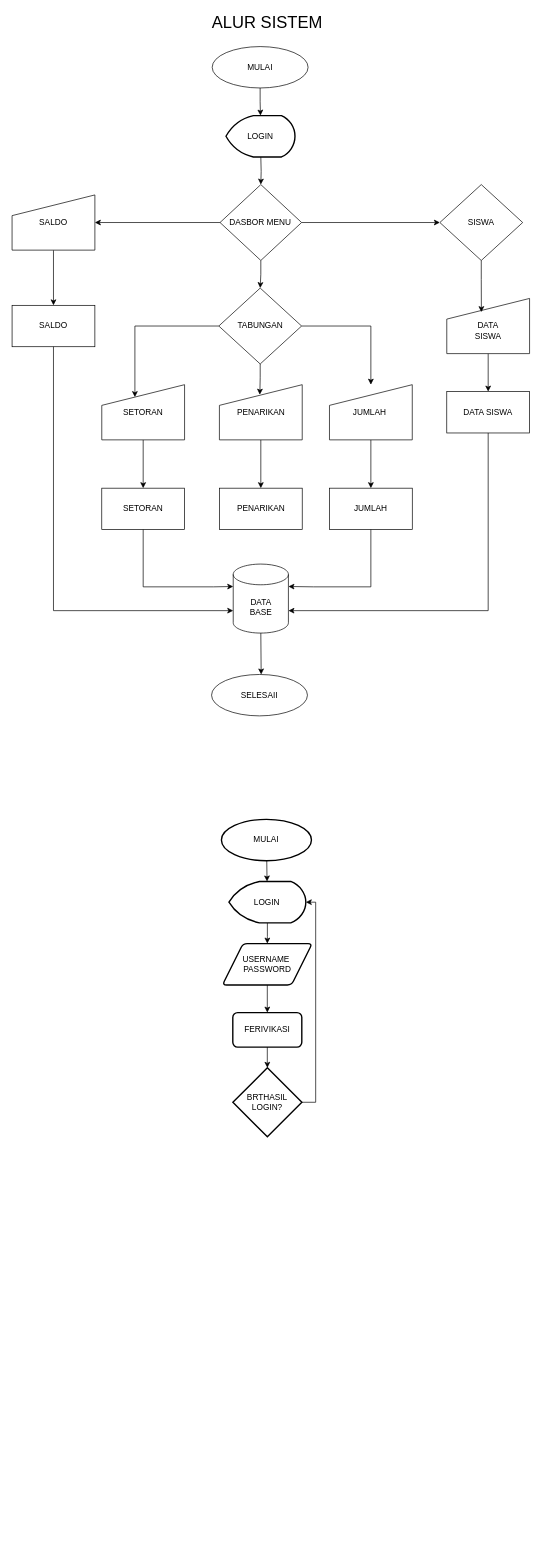
titapuspitas/Tefa-Tabungan keeps this draw.io diagram as flowchartAlurSistem.drawio. Above is the earlier version. Source tidied: cells renumbered, new cells numbered last; positions are measured from the earlier drawing's top-left corner, leaving out a move shared by most shapes. Both pictures are drawn from the tidied source at 69%, with x=0, y=0 at pixel (12, 12).
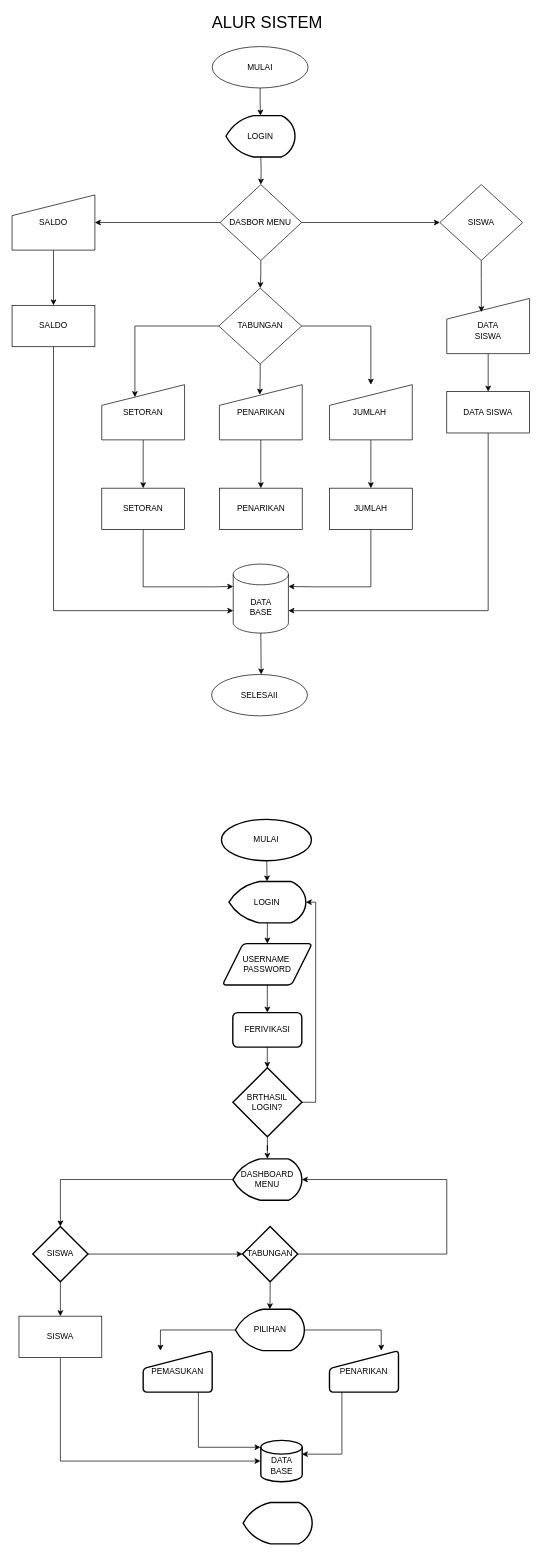
The same page after the edit.

The change refers to these unchanged cells:
```xml
<mxCell id="45" value="BRTHASIL&lt;div&gt;LOGIN?&lt;/div&gt;" style="strokeWidth=2;html=1;shape=mxgraph.flowchart.decision;whiteSpace=wrap;" parent="1" vertex="1">
  <mxGeometry x="320" y="1530" width="100" height="100" as="geometry" />
</mxCell>
```

Diff of the diagram source:
```diff
@@
+    <mxCell id="50" style="edgeStyle=orthogonalEdgeStyle;rounded=0;jettySize=auto;html=1;" parent="1" edge="1" source="51" target="55">
+      <mxGeometry relative="1" as="geometry" />
+    </mxCell>
+    <mxCell id="51" value="DASHBOARD&lt;div&gt;MENU&lt;/div&gt;" style="strokeWidth=2;html=1;shape=mxgraph.flowchart.display;whiteSpace=wrap;" parent="1" vertex="1">
+      <mxGeometry x="320" y="1662" width="100" height="60" as="geometry" />
+    </mxCell>
+    <mxCell id="52" style="edgeStyle=orthogonalEdgeStyle;rounded=0;jettySize=auto;html=1;entryX=0.5;entryY=0;entryDx=0;entryDy=0;entryPerimeter=0;" parent="1" edge="1" source="45" target="51">
+      <mxGeometry relative="1" as="geometry" />
+    </mxCell>
+    <mxCell id="53" style="edgeStyle=orthogonalEdgeStyle;rounded=0;jettySize=auto;html=1;" parent="1" edge="1" source="55" target="58">
+      <mxGeometry relative="1" as="geometry" />
+    </mxCell>
+    <mxCell id="54" style="edgeStyle=orthogonalEdgeStyle;rounded=0;jettySize=auto;html=1;entryX=0.5;entryY=0;entryDx=0;entryDy=0;" parent="1" edge="1" source="55" target="60">
+      <mxGeometry relative="1" as="geometry" />
+    </mxCell>
+    <mxCell id="55" value="SISWA" style="rhombus;whiteSpace=wrap;html=1;strokeWidth=2;" parent="1" vertex="1">
+      <mxGeometry x="30" y="1760" width="80" height="80" as="geometry" />
+    </mxCell>
+    <mxCell id="56" style="edgeStyle=orthogonalEdgeStyle;rounded=0;jettySize=auto;html=1;entryX=1;entryY=0.5;entryDx=0;entryDy=0;entryPerimeter=0;exitX=1;exitY=0.5;exitDx=0;exitDy=0;" parent="1" edge="1" source="58" target="51">
+      <mxGeometry relative="1" as="geometry">
+        <Array as="points">
+          <mxPoint x="630" y="1800" />
+          <mxPoint x="630" y="1692" />
+        </Array>
+      </mxGeometry>
+    </mxCell>
+    <mxCell id="57" style="edgeStyle=orthogonalEdgeStyle;rounded=0;jettySize=auto;html=1;" parent="1" edge="1" source="58" target="68">
+      <mxGeometry relative="1" as="geometry" />
+    </mxCell>
+    <mxCell id="58" value="TABUNGAN" style="rhombus;whiteSpace=wrap;html=1;strokeWidth=2;" parent="1" vertex="1">
+      <mxGeometry x="334" y="1760" width="80" height="80" as="geometry" />
+    </mxCell>
+    <mxCell id="59" style="edgeStyle=orthogonalEdgeStyle;rounded=0;jettySize=auto;html=1;" parent="1" edge="1" source="60">
+      <mxGeometry relative="1" as="geometry">
+        <mxPoint x="360" y="2100" as="targetPoint" />
+        <Array as="points">
+          <mxPoint x="70" y="2100" />
+        </Array>
+      </mxGeometry>
+    </mxCell>
+    <mxCell id="60" value="SISWA" style="rounded=0;whiteSpace=wrap;html=1;" parent="1" vertex="1">
+      <mxGeometry x="10" y="1890" width="120" height="60" as="geometry" />
+    </mxCell>
+    <mxCell id="61" style="edgeStyle=orthogonalEdgeStyle;rounded=0;jettySize=auto;html=1;" parent="1" edge="1" source="62">
+      <mxGeometry relative="1" as="geometry">
+        <mxPoint x="360" y="2080" as="targetPoint" />
+        <Array as="points">
+          <mxPoint x="270" y="2080" />
+        </Array>
+      </mxGeometry>
+    </mxCell>
+    <mxCell id="62" value="PEMASUKAN" style="html=1;strokeWidth=2;shape=manualInput;whiteSpace=wrap;rounded=1;size=26;arcSize=11;" parent="1" vertex="1">
+      <mxGeometry x="190" y="1940" width="100" height="60" as="geometry" />
+    </mxCell>
+    <mxCell id="63" style="edgeStyle=orthogonalEdgeStyle;rounded=0;jettySize=auto;html=1;entryX=0.992;entryY=0.333;entryDx=0;entryDy=0;entryPerimeter=0;" parent="1" edge="1" source="64" target="65">
+      <mxGeometry relative="1" as="geometry">
+        <Array as="points">
+          <mxPoint x="478" y="2090" />
+        </Array>
+      </mxGeometry>
+    </mxCell>
+    <mxCell id="64" value="PENARIKAN" style="html=1;strokeWidth=2;shape=manualInput;whiteSpace=wrap;rounded=1;size=26;arcSize=11;" parent="1" vertex="1">
+      <mxGeometry x="460" y="1940" width="100" height="60" as="geometry" />
+    </mxCell>
+    <mxCell id="65" value="&lt;div&gt;&lt;br&gt;&lt;/div&gt;DATA&lt;div&gt;BASE&lt;/div&gt;" style="strokeWidth=2;html=1;shape=mxgraph.flowchart.database;whiteSpace=wrap;" parent="1" vertex="1">
+      <mxGeometry x="360.5" y="2070" width="60" height="60" as="geometry" />
+    </mxCell>
+    <mxCell id="66" style="edgeStyle=orthogonalEdgeStyle;rounded=0;jettySize=auto;html=1;entryX=0.25;entryY=0;entryDx=0;entryDy=0;" parent="1" edge="1" source="68" target="62">
+      <mxGeometry relative="1" as="geometry" />
+    </mxCell>
+    <mxCell id="67" style="edgeStyle=orthogonalEdgeStyle;rounded=0;jettySize=auto;html=1;entryX=0.75;entryY=0;entryDx=0;entryDy=0;" parent="1" edge="1" source="68" target="64">
+      <mxGeometry relative="1" as="geometry" />
+    </mxCell>
+    <mxCell id="68" value="PILIHAN" style="strokeWidth=2;html=1;shape=mxgraph.flowchart.display;whiteSpace=wrap;" parent="1" vertex="1">
+      <mxGeometry x="323.6" y="1880" width="100" height="60" as="geometry" />
+    </mxCell>
+    <mxCell id="69" style="strokeWidth=2;html=1;shape=mxgraph.flowchart.display;whiteSpace=wrap;" parent="1" vertex="1">
+      <mxGeometry x="334.9" y="2160" width="100" height="60" as="geometry" />
+    </mxCell>
```
